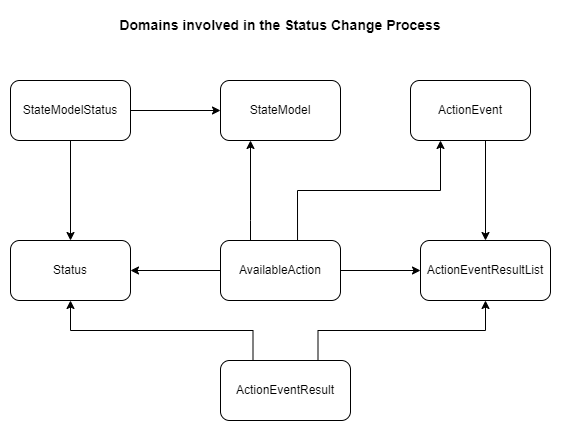
Above: service/docs/StateChangeDomains.png in openlibraryenvironment/mod-rs (draw.io), before the change. Source tidied: cells renumbered, new cells last; positions are measured from the earlier drawing's top-left corner, leaving out a move shared by most shapes.
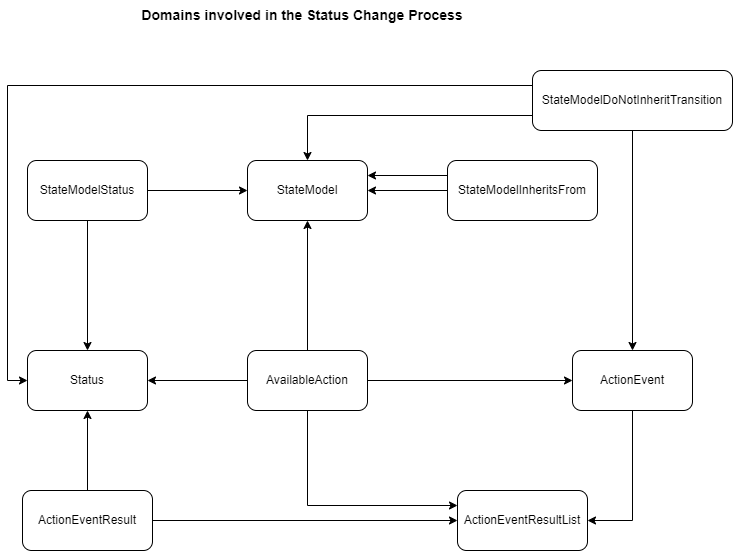
Later version of the same file.

Commit message:
PR-1452 Added the ability to not inherit transitions from inherited state models

Diff of the diagram source:
```diff
@@ -3,58 +3,40 @@
     <mxCell id="0" />
     <mxCell id="1" parent="0" />
     <mxCell id="2" value="StateModel" style="rounded=1;whiteSpace=wrap;html=1;" parent="1" vertex="1">
-      <mxGeometry x="210" y="70" width="120" height="60" as="geometry" />
+      <mxGeometry x="215" y="160" width="120" height="60" as="geometry" />
     </mxCell>
     <mxCell id="3" value="Status" style="rounded=1;whiteSpace=wrap;html=1;" parent="1" vertex="1">
-      <mxGeometry y="230" width="120" height="60" as="geometry" />
+      <mxGeometry x="-5" y="350" width="120" height="60" as="geometry" />
     </mxCell>
-    <mxCell id="4" style="edgeStyle=orthogonalEdgeStyle;rounded=0;jettySize=auto;html=1;entryX=0.5;entryY=0;entryDx=0;entryDy=0;" parent="1" edge="1" target="6">
-      <mxGeometry relative="1" as="geometry">
-        <mxPoint x="480" y="130" as="sourcePoint" />
-        <Array as="points">
-          <mxPoint x="475" y="130" />
-        </Array>
-      </mxGeometry>
-    </mxCell>
+    <mxCell id="19" style="edgeStyle=orthogonalEdgeStyle;rounded=0;jettySize=auto;html=1;entryX=1;entryY=0.5;entryDx=0;entryDy=0;" parent="1" edge="1" source="5" target="6">
+      <mxGeometry relative="1" as="geometry" />
+    </mxCell>
     <mxCell id="5" value="ActionEvent" style="rounded=1;whiteSpace=wrap;html=1;" parent="1" vertex="1">
-      <mxGeometry x="400" y="70" width="120" height="60" as="geometry" />
+      <mxGeometry x="540" y="350" width="120" height="60" as="geometry" />
     </mxCell>
     <mxCell id="6" value="ActionEventResultList" style="rounded=1;whiteSpace=wrap;html=1;" parent="1" vertex="1">
-      <mxGeometry x="410" y="230" width="130" height="60" as="geometry" />
+      <mxGeometry x="425" y="490" width="130" height="60" as="geometry" />
     </mxCell>
-    <mxCell id="7" style="edgeStyle=orthogonalEdgeStyle;rounded=0;jettySize=auto;html=1;exitX=1;exitY=0.5;exitDx=0;exitDy=0;entryX=0;entryY=0.5;entryDx=0;entryDy=0;" parent="1" edge="1" source="11" target="6">
-      <mxGeometry relative="1" as="geometry" />
-    </mxCell>
     <mxCell id="8" style="edgeStyle=orthogonalEdgeStyle;rounded=0;jettySize=auto;html=1;exitX=0;exitY=0.5;exitDx=0;exitDy=0;entryX=1;entryY=0.5;entryDx=0;entryDy=0;" parent="1" edge="1" source="11" target="3">
       <mxGeometry relative="1" as="geometry" />
     </mxCell>
-    <mxCell id="9" style="edgeStyle=orthogonalEdgeStyle;rounded=0;jettySize=auto;html=1;exitX=0.25;exitY=0;exitDx=0;exitDy=0;entryX=0.25;entryY=1;entryDx=0;entryDy=0;" parent="1" edge="1" source="11" target="2">
-      <mxGeometry relative="1" as="geometry">
-        <Array as="points">
-          <mxPoint x="240" y="210" />
-          <mxPoint x="240" y="210" />
-        </Array>
-      </mxGeometry>
+    <mxCell id="9" style="edgeStyle=orthogonalEdgeStyle;rounded=0;jettySize=auto;html=1;entryX=0.5;entryY=1;entryDx=0;entryDy=0;" parent="1" edge="1" source="11" target="2">
+      <mxGeometry relative="1" as="geometry" />
     </mxCell>
-    <mxCell id="10" style="edgeStyle=orthogonalEdgeStyle;rounded=0;jettySize=auto;html=1;exitX=0.642;exitY=0.017;exitDx=0;exitDy=0;entryX=0.25;entryY=1;entryDx=0;entryDy=0;exitPerimeter=0;" parent="1" edge="1" source="11" target="5">
-      <mxGeometry relative="1" as="geometry">
-        <Array as="points">
-          <mxPoint x="287" y="180" />
-          <mxPoint x="430" y="180" />
-        </Array>
-      </mxGeometry>
+    <mxCell id="10" style="edgeStyle=orthogonalEdgeStyle;rounded=0;jettySize=auto;html=1;" parent="1" edge="1" source="11" target="5">
+      <mxGeometry relative="1" as="geometry" />
     </mxCell>
     <mxCell id="11" value="AvailableAction" style="rounded=1;whiteSpace=wrap;html=1;" parent="1" vertex="1">
-      <mxGeometry x="210" y="230" width="120" height="60" as="geometry" />
+      <mxGeometry x="215" y="350" width="120" height="60" as="geometry" />
     </mxCell>
-    <mxCell id="12" style="edgeStyle=orthogonalEdgeStyle;rounded=0;jettySize=auto;html=1;exitX=0.25;exitY=0;exitDx=0;exitDy=0;entryX=0.5;entryY=1;entryDx=0;entryDy=0;" parent="1" edge="1" source="14" target="3">
+    <mxCell id="12" style="edgeStyle=orthogonalEdgeStyle;rounded=0;jettySize=auto;html=1;entryX=0.5;entryY=1;entryDx=0;entryDy=0;" parent="1" edge="1" source="14" target="3">
       <mxGeometry relative="1" as="geometry" />
     </mxCell>
-    <mxCell id="13" style="edgeStyle=orthogonalEdgeStyle;rounded=0;jettySize=auto;html=1;exitX=0.75;exitY=0;exitDx=0;exitDy=0;entryX=0.5;entryY=1;entryDx=0;entryDy=0;" parent="1" edge="1" source="14" target="6">
+    <mxCell id="13" style="edgeStyle=orthogonalEdgeStyle;rounded=0;jettySize=auto;html=1;entryX=0;entryY=0.5;entryDx=0;entryDy=0;" parent="1" edge="1" source="14" target="6">
       <mxGeometry relative="1" as="geometry" />
     </mxCell>
     <mxCell id="14" value="ActionEventResult" style="rounded=1;whiteSpace=wrap;html=1;" parent="1" vertex="1">
-      <mxGeometry x="210" y="350" width="130" height="60" as="geometry" />
+      <mxGeometry x="-10" y="490" width="130" height="60" as="geometry" />
     </mxCell>
     <mxCell id="15" value="Domains involved in the Status Change Process" style="text;html=1;strokeColor=none;fillColor=none;align=center;verticalAlign=middle;whiteSpace=wrap;rounded=0;fontStyle=1;fontSize=14;" parent="1" vertex="1">
       <mxGeometry x="90" width="360" height="30" as="geometry" />
@@ -66,7 +48,35 @@
       <mxGeometry relative="1" as="geometry" />
     </mxCell>
     <mxCell id="18" value="StateModelStatus" style="rounded=1;whiteSpace=wrap;html=1;" parent="1" vertex="1">
-      <mxGeometry y="70" width="120" height="60" as="geometry" />
+      <mxGeometry x="-5" y="160" width="120" height="60" as="geometry" />
     </mxCell>
+    <mxCell id="20" style="edgeStyle=orthogonalEdgeStyle;rounded=0;jettySize=auto;html=1;entryX=1;entryY=0.5;entryDx=0;entryDy=0;" parent="1" edge="1" source="22" target="2">
+      <mxGeometry relative="1" as="geometry" />
+    </mxCell>
+    <mxCell id="21" style="edgeStyle=orthogonalEdgeStyle;rounded=0;jettySize=auto;html=1;entryX=1;entryY=0.25;entryDx=0;entryDy=0;exitX=0;exitY=0.25;exitDx=0;exitDy=0;" parent="1" edge="1" source="22" target="2">
+      <mxGeometry relative="1" as="geometry" />
+    </mxCell>
+    <mxCell id="22" value="StateModelInheritsFrom&lt;br&gt;" style="rounded=1;whiteSpace=wrap;html=1;" parent="1" vertex="1">
+      <mxGeometry x="415" y="160" width="150" height="60" as="geometry" />
+    </mxCell>
+    <mxCell id="23" style="edgeStyle=orthogonalEdgeStyle;rounded=0;jettySize=auto;html=1;entryX=0.5;entryY=0;entryDx=0;entryDy=0;" parent="1" edge="1" source="26" target="5">
+      <mxGeometry relative="1" as="geometry" />
+    </mxCell>
+    <mxCell id="24" style="edgeStyle=orthogonalEdgeStyle;rounded=0;jettySize=auto;html=1;entryX=0.5;entryY=0;entryDx=0;entryDy=0;exitX=0;exitY=0.75;exitDx=0;exitDy=0;" parent="1" edge="1" source="26" target="2">
+      <mxGeometry relative="1" as="geometry" />
+    </mxCell>
+    <mxCell id="25" style="edgeStyle=orthogonalEdgeStyle;rounded=0;jettySize=auto;html=1;exitX=0;exitY=0.25;exitDx=0;exitDy=0;entryX=0;entryY=0.5;entryDx=0;entryDy=0;" parent="1" edge="1" source="26" target="3">
+      <mxGeometry relative="1" as="geometry" />
+    </mxCell>
+    <mxCell id="26" value="StateModelDoNotInheritTransition" style="rounded=1;whiteSpace=wrap;html=1;" parent="1" vertex="1">
+      <mxGeometry x="500" y="70" width="200" height="60" as="geometry" />
+    </mxCell>
+    <mxCell id="7" style="endArrow=classic;html=1;rounded=0;exitX=0.5;exitY=1;exitDx=0;exitDy=0;entryX=0;entryY=0.25;entryDx=0;entryDy=0;" parent="1" edge="1" source="11" target="6">
+      <mxGeometry relative="1" as="geometry">
+        <Array as="points">
+          <mxPoint x="275" y="505" />
+        </Array>
+      </mxGeometry>
+    </mxCell>
   </root>
 </mxGraphModel>
```
